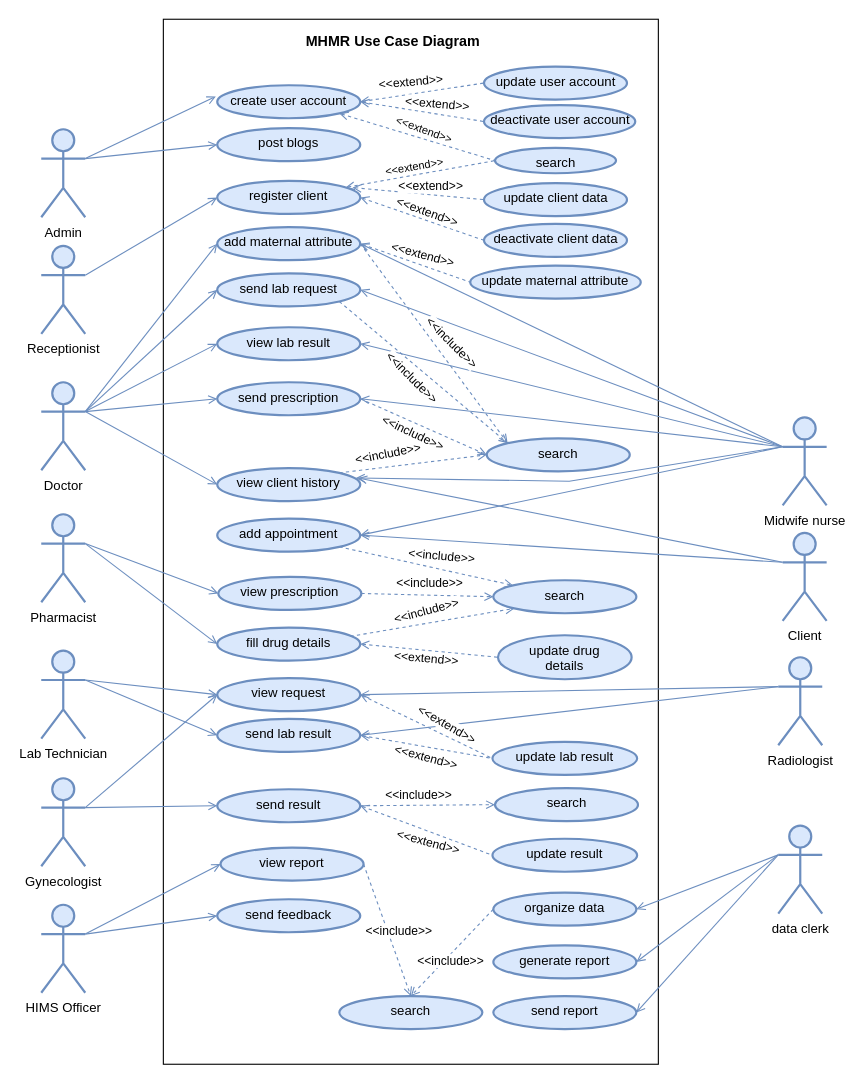
fasil712/UML_Diagram_Design keeps this draw.io diagram as Usecase Diagram.drawio. Above is the earlier version. Source tidied: cells renumbered, new cells numbered last; positions are measured from the earlier drawing's top-left corner, leaving out a move shared by most shapes. Both pictures are drawn from the tidied source at 110%, with x=0, y=0 at pixel (41, 19).
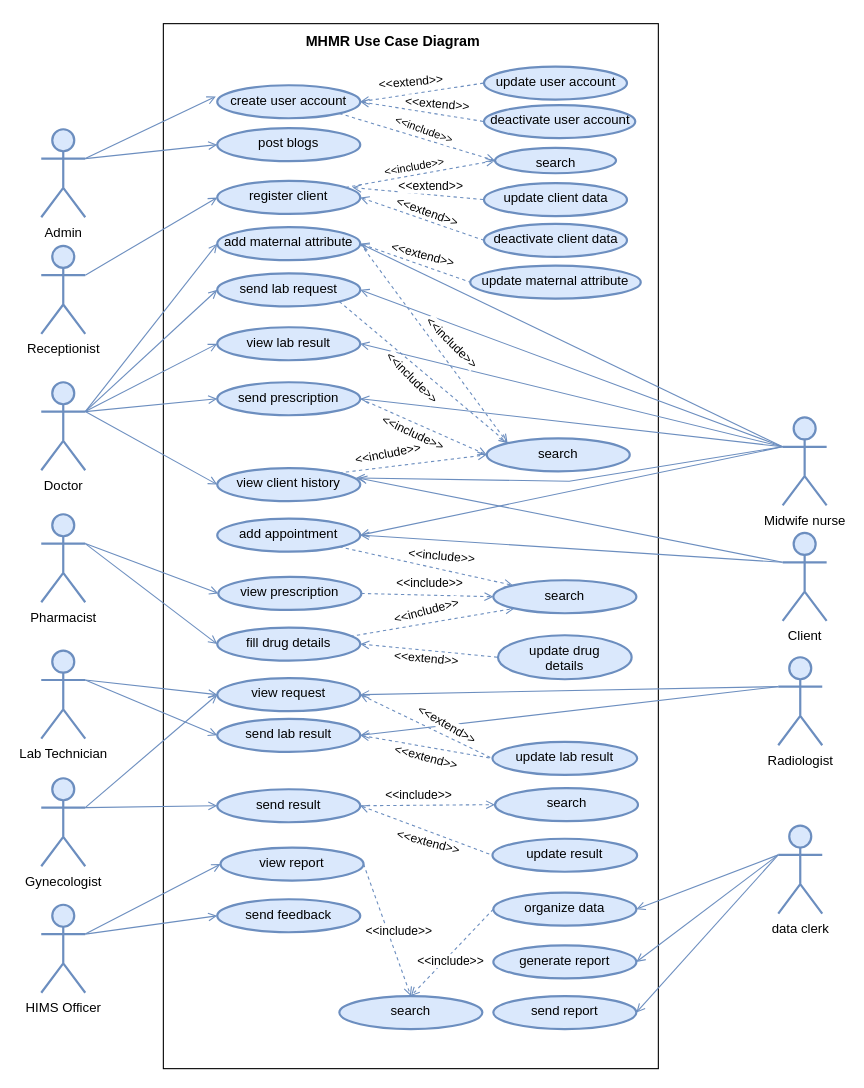
The same diagram, later.

Unchanged cells that the change refers to:
```xml
<mxCell id="69" value="create user account" style="ellipse;whiteSpace=wrap;html=1;verticalAlign=top;strokeWidth=2;fillColor=#dae8fc;strokeColor=#6c8ebf;" parent="1" vertex="1">
  <mxGeometry x="160" y="60" width="130" height="30" as="geometry" />
</mxCell>
<mxCell id="71" value="register client" style="ellipse;whiteSpace=wrap;html=1;verticalAlign=top;strokeWidth=2;fillColor=#dae8fc;strokeColor=#6c8ebf;" parent="1" vertex="1">
  <mxGeometry x="160" y="147" width="130" height="30" as="geometry" />
</mxCell>
<mxCell id="90" value="&lt;div&gt;search&lt;/div&gt;" style="ellipse;whiteSpace=wrap;html=1;verticalAlign=top;strokeWidth=2;fillColor=#dae8fc;strokeColor=#6c8ebf;" parent="1" vertex="1">
  <mxGeometry x="412.5" y="117" width="110" height="23" as="geometry" />
</mxCell>
```

Change to the diagram source:
```diff
@@
     <mxCell id="2" style="rounded=0;whiteSpace=wrap;html=1;strokeWidth=1;" parent="1" vertex="1">
-      <mxGeometry x="111" width="450" height="950" as="geometry" />
+      <mxGeometry x="111" y="4" width="450" height="950" as="geometry" />
     </mxCell>
@@
-    <mxCell id="91" style="rounded=0;jettySize=auto;html=1;endArrow=none;endFill=0;strokeWidth=1;fillColor=#dae8fc;strokeColor=#6c8ebf;exitX=1;exitY=1;exitDx=0;exitDy=0;dashed=1;entryX=0;entryY=0.5;entryDx=0;entryDy=0;startArrow=open;startFill=0;" parent="1" edge="1" source="69" target="90">
+    <mxCell id="91" style="rounded=0;jettySize=auto;html=1;endArrow=open;endFill=0;strokeWidth=1;fillColor=#dae8fc;strokeColor=#6c8ebf;exitX=1;exitY=1;exitDx=0;exitDy=0;dashed=1;entryX=0;entryY=0.5;entryDx=0;entryDy=0;startArrow=none;startFill=0;" parent="1" edge="1" source="69" target="90">
       <mxGeometry relative="1" as="geometry" />
     </mxCell>
-    <mxCell id="92" value="&amp;lt;&amp;lt;extend&amp;gt;&amp;gt;" style="edgeLabel;html=1;align=center;verticalAlign=middle;fontSize=10;rotation=20;" parent="91" vertex="1">
+    <mxCell id="92" value="&amp;lt;&amp;lt;include&amp;gt;&amp;gt;" style="edgeLabel;html=1;align=center;verticalAlign=middle;fontSize=10;rotation=20;" parent="91" vertex="1">
       <mxGeometry x="-0.24" y="-1" relative="1" as="geometry">
         <mxPoint x="23" y="-3" as="offset" />
       </mxGeometry>
     </mxCell>
-    <mxCell id="93" style="rounded=0;jettySize=auto;html=1;endArrow=none;endFill=0;strokeWidth=1;fillColor=#dae8fc;strokeColor=#6c8ebf;dashed=1;entryX=0;entryY=0.5;entryDx=0;entryDy=0;startArrow=open;startFill=0;" parent="1" edge="1" source="71" target="90">
+    <mxCell id="93" style="rounded=0;jettySize=auto;html=1;endArrow=open;endFill=0;strokeWidth=1;fillColor=#dae8fc;strokeColor=#6c8ebf;dashed=1;entryX=0;entryY=0.5;entryDx=0;entryDy=0;startArrow=none;startFill=0;" parent="1" edge="1" source="71" target="90">
       <mxGeometry relative="1" as="geometry" />
     </mxCell>
-    <mxCell id="94" value="&amp;lt;&amp;lt;extend&amp;gt;&amp;gt;" style="edgeLabel;html=1;align=center;verticalAlign=middle;fontSize=10;rotation=-10;" parent="93" vertex="1">
+    <mxCell id="94" value="&amp;lt;&amp;lt;include&amp;gt;&amp;gt;" style="edgeLabel;html=1;align=center;verticalAlign=middle;fontSize=10;rotation=-10;" parent="93" vertex="1">
       <mxGeometry x="-0.24" y="-1" relative="1" as="geometry">
         <mxPoint x="10" y="-11" as="offset" />
       </mxGeometry>
     </mxCell>
```
